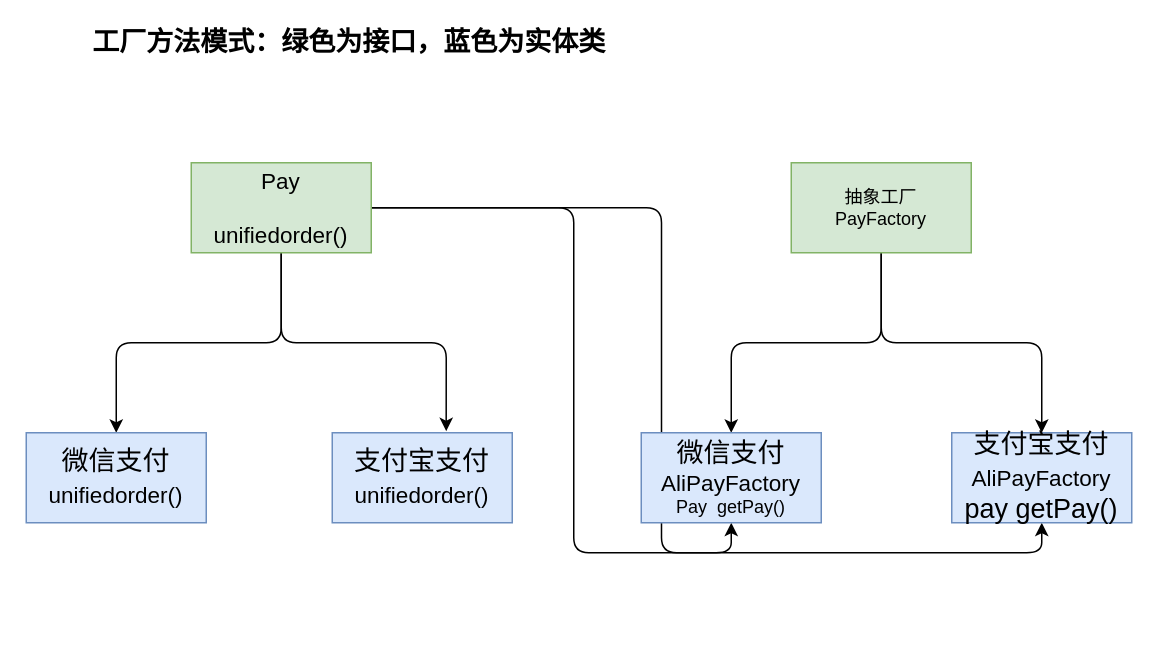
springzb/diagrams keeps this draw.io diagram as methodfactory.drawio. Above is the earlier version. Source tidied: cells renumbered, new cells numbered last; positions are measured from the earlier drawing's top-left corner, leaving out a move shared by most shapes. Both pictures are drawn from the tidied source at 150%, with x=0, y=0 at pixel (26, 27).
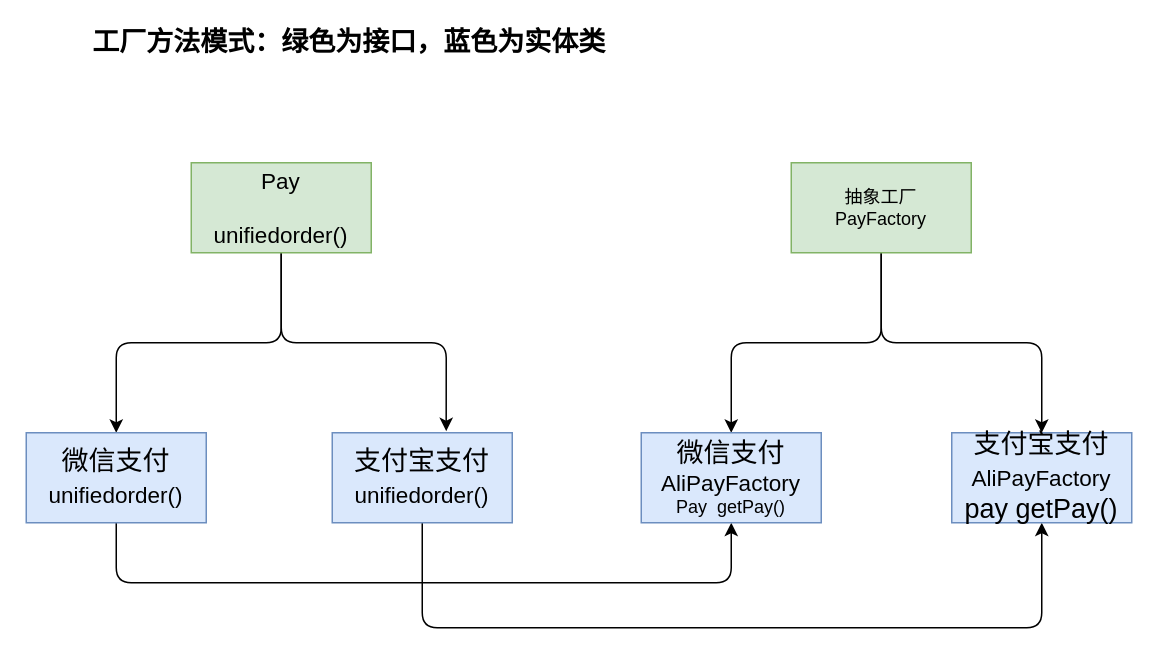
Above is the later version.

The edit, as a diff of the source:
```diff
@@
 <mxGraphModel>
   <root>
     <mxCell id="0" />
     <mxCell id="1" parent="0" />
     <mxCell id="2" style="edgeStyle=orthogonalEdgeStyle;rounded=1;jettySize=auto;html=1;entryX=0.5;entryY=0;entryDx=0;entryDy=0;" parent="1" edge="1" source="6" target="7">
       <mxGeometry relative="1" as="geometry" />
     </mxCell>
     <mxCell id="3" style="edgeStyle=orthogonalEdgeStyle;rounded=1;jettySize=auto;html=1;entryX=0.633;entryY=-0.017;entryDx=0;entryDy=0;entryPerimeter=0;" parent="1" edge="1" source="6" target="8">
       <mxGeometry relative="1" as="geometry" />
     </mxCell>
-    <mxCell id="4" style="edgeStyle=orthogonalEdgeStyle;rounded=1;jettySize=auto;html=1;entryX=0.5;entryY=1;entryDx=0;entryDy=0;" parent="1" edge="1" source="6" target="14">
-      <mxGeometry relative="1" as="geometry">
-        <Array as="points">
-          <mxPoint x="365" y="120" />
-          <mxPoint x="365" y="350" />
-          <mxPoint x="470" y="350" />
-        </Array>
-      </mxGeometry>
-    </mxCell>
-    <mxCell id="5" style="edgeStyle=orthogonalEdgeStyle;rounded=1;jettySize=auto;html=1;exitX=1;exitY=0.5;exitDx=0;exitDy=0;entryX=0.5;entryY=1;entryDx=0;entryDy=0;" parent="1" edge="1" source="6" target="13">
-      <mxGeometry relative="1" as="geometry" />
-    </mxCell>
     <mxCell id="6" value="&lt;font style=&quot;font-size: 15px&quot;&gt;Pay&lt;br&gt;&lt;br&gt;unifiedorder()&lt;/font&gt;" style="rounded=0;whiteSpace=wrap;html=1;fillColor=#d5e8d4;strokeColor=#82b366;" parent="1" vertex="1">
       <mxGeometry x="110" y="90" width="120" height="60" as="geometry" />
     </mxCell>
+    <mxCell id="15" style="edgeStyle=orthogonalEdgeStyle;rounded=1;jettySize=auto;html=1;entryX=0.5;entryY=1;entryDx=0;entryDy=0;" parent="1" edge="1" source="7" target="14">
+      <mxGeometry relative="1" as="geometry">
+        <Array as="points">
+          <mxPoint x="60" y="370" />
+          <mxPoint x="470" y="370" />
+        </Array>
+      </mxGeometry>
+    </mxCell>
     <mxCell id="7" value="&lt;font style=&quot;font-size: 18px&quot;&gt;微信支付&lt;br&gt;&lt;span style=&quot;font-size: 15px&quot;&gt;unifiedorder()&lt;/span&gt;&lt;br&gt;&lt;/font&gt;" style="rounded=0;whiteSpace=wrap;html=1;fillColor=#dae8fc;strokeColor=#6c8ebf;" parent="1" vertex="1">
       <mxGeometry y="270" width="120" height="60" as="geometry" />
     </mxCell>
+    <mxCell id="16" style="edgeStyle=orthogonalEdgeStyle;rounded=1;jettySize=auto;html=1;entryX=0.5;entryY=1;entryDx=0;entryDy=0;" parent="1" edge="1" source="8" target="13">
+      <mxGeometry relative="1" as="geometry">
+        <Array as="points">
+          <mxPoint x="264" y="400" />
+          <mxPoint x="677" y="400" />
+        </Array>
+      </mxGeometry>
+    </mxCell>
     <mxCell id="8" value="&lt;font style=&quot;font-size: 18px&quot;&gt;支付宝支付&lt;br&gt;&lt;span style=&quot;font-size: 15px&quot;&gt;unifiedorder()&lt;/span&gt;&lt;br&gt;&lt;/font&gt;" style="rounded=0;whiteSpace=wrap;html=1;fillColor=#dae8fc;strokeColor=#6c8ebf;" parent="1" vertex="1">
       <mxGeometry x="204" y="270" width="120" height="60" as="geometry" />
     </mxCell>
     <mxCell id="9" value="&lt;font style=&quot;font-size: 18px&quot;&gt;&lt;b&gt;工厂方法模式：绿色为接口，蓝色为实体类&lt;/b&gt;&lt;/font&gt;" style="text;html=1;align=center;verticalAlign=middle;" parent="1" vertex="1">
       <mxGeometry x="35" width="360" height="20" as="geometry" />
     </mxCell>
     <mxCell id="10" style="edgeStyle=orthogonalEdgeStyle;rounded=1;jettySize=auto;html=1;entryX=0.5;entryY=0;entryDx=0;entryDy=0;" parent="1" edge="1" source="12" target="14">
       <mxGeometry relative="1" as="geometry" />
     </mxCell>
     <mxCell id="11" style="edgeStyle=orthogonalEdgeStyle;rounded=1;jettySize=auto;html=1;exitX=0.5;exitY=1;exitDx=0;exitDy=0;" parent="1" edge="1" source="12" target="13">
       <mxGeometry relative="1" as="geometry" />
     </mxCell>
     <mxCell id="12" value="抽象工厂&lt;br&gt;PayFactory" style="rounded=0;whiteSpace=wrap;html=1;fillColor=#d5e8d4;strokeColor=#82b366;" parent="1" vertex="1">
       <mxGeometry x="510" y="90" width="120" height="60" as="geometry" />
     </mxCell>
     <mxCell id="13" value="&lt;font style=&quot;font-size: 18px&quot;&gt;支付宝支付&lt;br&gt;&lt;span style=&quot;font-size: 15px&quot;&gt;AliPayFactory&lt;br&gt;&lt;/span&gt;pay getPay()&lt;br&gt;&lt;/font&gt;" style="rounded=0;whiteSpace=wrap;html=1;fillColor=#dae8fc;strokeColor=#6c8ebf;" parent="1" vertex="1">
       <mxGeometry x="617" y="270" width="120" height="60" as="geometry" />
     </mxCell>
     <mxCell id="14" value="&lt;font&gt;&lt;span style=&quot;font-size: 18px&quot;&gt;微信支付&lt;/span&gt;&lt;br&gt;&lt;span style=&quot;font-size: 15px&quot;&gt;AliPayFactory&lt;br&gt;&lt;/span&gt;Pay&amp;nbsp; getPay()&lt;br&gt;&lt;/font&gt;" style="rounded=0;whiteSpace=wrap;html=1;fillColor=#dae8fc;strokeColor=#6c8ebf;" parent="1" vertex="1">
       <mxGeometry x="410" y="270" width="120" height="60" as="geometry" />
     </mxCell>
   </root>
 </mxGraphModel>
```
